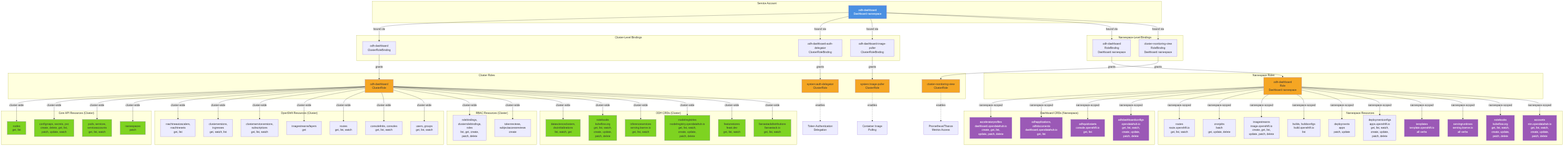
Above: architecture/rhoai-3.2/diagrams/odh-dashboard-rbac.png in rhuss/architecture-context (Mermaid), before the change. Its source is kept beside it as architecture/rhoai-3.2/diagrams/odh-dashboard-rbac.mmd. Its diagram source:
```mermaid
graph TD
    subgraph "Service Account"
        SA[odh-dashboard<br/>Dashboard namespace]
    end

    subgraph "Cluster-Level Bindings"
        CRB1[odh-dashboard<br/>ClusterRoleBinding]
        CRB2[odh-dashboard-auth-delegator<br/>ClusterRoleBinding]
        CRB3[odh-dashboard-image-puller<br/>ClusterRoleBinding]
    end

    subgraph "Namespace-Level Bindings"
        RB1[odh-dashboard<br/>RoleBinding<br/>Dashboard namespace]
        RB2[cluster-monitoring-view<br/>RoleBinding<br/>Dashboard namespace]
    end

    subgraph "Cluster Roles"
        CR[odh-dashboard<br/>ClusterRole]
        CR2[system:auth-delegator<br/>ClusterRole]
        CR3[system:image-puller<br/>ClusterRole]
        CR4[cluster-monitoring-view<br/>ClusterRole]
    end

    subgraph "Namespace Roles"
        NR[odh-dashboard<br/>Role<br/>Dashboard namespace]
    end

    SA -->|bound via| CRB1
    SA -->|bound via| CRB2
    SA -->|bound via| CRB3
    SA -->|bound via| RB1
    SA -->|bound via| RB2

    CRB1 -->|grants| CR
    CRB2 -->|grants| CR2
    CRB3 -->|grants| CR3
    RB1 -->|grants| NR
    RB2 -->|grants| CR4

    subgraph "Core API Resources (Cluster)"
        CoreNodes[nodes<br/>get, list]
        CoreCM[configmaps, secrets, pvc<br/>create, delete, get, list,<br/>patch, update, watch]
        CorePods[pods, services,<br/>serviceaccounts<br/>get, list, watch]
        CoreNS[namespaces<br/>patch]
    end

    subgraph "OpenShift Resources (Cluster)"
        OSMachine[machineautoscalers,<br/>machinesets<br/>get, list]
        OSConfig[clusterversions,<br/>ingresses<br/>get, watch, list]
        OSCSV[clusterserviceversions,<br/>subscriptions<br/>get, list, watch]
        OSImage[imagestreams/layers<br/>get]
        OSRoute[routes<br/>get, list, watch]
        OSConsole[consolelinks, consoles<br/>get, list, watch]
        OSUser[users, groups<br/>get, list, watch]
    end

    subgraph "RBAC Resources (Cluster)"
        RBACRes[rolebindings,<br/>clusterrolebindings,<br/>roles<br/>list, get, create,<br/>patch, delete]
        AuthRes[tokenreviews,<br/>subjectaccessreviews<br/>create]
    end

    subgraph "ODH CRDs (Cluster)"
        DSC[datascienceclusters,<br/>dscinitializations<br/>list, watch, get]
        Notebooks[notebooks<br/>kubeflow.org<br/>get, list, watch,<br/>create, update,<br/>patch, delete]
        InferSvc[inferenceservices<br/>serving.kserve.io<br/>get, list, watch]
        ModelReg[modelregistries<br/>modelregistry.opendatahub.io<br/>get, list, watch,<br/>create, update,<br/>patch, delete]
        FeastFS[featurestores<br/>feast.dev<br/>get, list, watch]
        LlamaStack[llamastackdistributions<br/>llamastack.io<br/>get, list, watch]
    end

    subgraph "Dashboard CRDs (Namespace)"
        AccelProf[acceleratorprofiles<br/>dashboard.opendatahub.io<br/>create, get, list,<br/>update, patch, delete]
        OdhApp[odhapplications,<br/>odhdocuments<br/>dashboard.opendatahub.io<br/>get, list]
        QuickStart[odhquickstarts<br/>console.openshift.io<br/>get, list]
        DashConfig[odhdashboardconfigs<br/>opendatahub.io<br/>get, list, watch,<br/>create, update,<br/>patch, delete]
    end

    subgraph "Namespace Resources"
        NSRoute[routes<br/>route.openshift.io<br/>get, list, watch]
        NSCron[cronjobs<br/>batch<br/>get, update, delete]
        NSImage[imagestreams<br/>image.openshift.io<br/>create, get, list,<br/>update, patch, delete]
        NSBuild[builds, buildconfigs<br/>build.openshift.io<br/>list]
        NSDeploy[deployments<br/>apps<br/>patch, update]
        NSDC[deploymentconfigs<br/>apps.openshift.io<br/>get, list, watch,<br/>create, update,<br/>patch, delete]
        NSTemplate[templates<br/>template.openshift.io<br/>all verbs]
        NSRuntime[servingruntimes<br/>serving.kserve.io<br/>all verbs]
        NSNotebook[notebooks<br/>kubeflow.org<br/>get, list, watch,<br/>create, update,<br/>patch, delete]
        NSNIM[accounts<br/>nim.opendatahub.io<br/>get, list, watch,<br/>create, update,<br/>patch, delete]
    end

    CR -->|cluster-wide| CoreNodes
    CR -->|cluster-wide| CoreCM
    CR -->|cluster-wide| CorePods
    CR -->|cluster-wide| CoreNS
    CR -->|cluster-wide| OSMachine
    CR -->|cluster-wide| OSConfig
    CR -->|cluster-wide| OSCSV
    CR -->|cluster-wide| OSImage
    CR -->|cluster-wide| OSRoute
    CR -->|cluster-wide| OSConsole
    CR -->|cluster-wide| OSUser
    CR -->|cluster-wide| RBACRes
    CR -->|cluster-wide| AuthRes
    CR -->|cluster-wide| DSC
    CR -->|cluster-wide| Notebooks
    CR -->|cluster-wide| InferSvc
    CR -->|cluster-wide| ModelReg
    CR -->|cluster-wide| FeastFS
    CR -->|cluster-wide| LlamaStack

    NR -->|namespace-scoped| AccelProf
    NR -->|namespace-scoped| OdhApp
    NR -->|namespace-scoped| QuickStart
    NR -->|namespace-scoped| DashConfig
    NR -->|namespace-scoped| NSRoute
    NR -->|namespace-scoped| NSCron
    NR -->|namespace-scoped| NSImage
    NR -->|namespace-scoped| NSBuild
    NR -->|namespace-scoped| NSDeploy
    NR -->|namespace-scoped| NSDC
    NR -->|namespace-scoped| NSTemplate
    NR -->|namespace-scoped| NSRuntime
    NR -->|namespace-scoped| NSNotebook
    NR -->|namespace-scoped| NSNIM

    CR2 -.->|enables| AuthDelegation[Token Authentication<br/>Delegation]
    CR3 -.->|enables| ImagePull[Container Image<br/>Pulling]
    CR4 -.->|enables| Monitoring[Prometheus/Thanos<br/>Metrics Access]

    style SA fill:#4a90e2,color:#fff
    style CR fill:#f5a623
    style CR2 fill:#f5a623
    style CR3 fill:#f5a623
    style CR4 fill:#f5a623
    style NR fill:#f5a623

    style CoreNodes fill:#7ed321
    style CoreCM fill:#7ed321
    style CorePods fill:#7ed321
    style CoreNS fill:#7ed321
    style DSC fill:#7ed321
    style Notebooks fill:#7ed321
    style InferSvc fill:#7ed321
    style ModelReg fill:#7ed321
    style FeastFS fill:#7ed321
    style LlamaStack fill:#7ed321

    style AccelProf fill:#9b59b6,color:#fff
    style OdhApp fill:#9b59b6,color:#fff
    style QuickStart fill:#9b59b6,color:#fff
    style DashConfig fill:#9b59b6,color:#fff
    style NSTemplate fill:#9b59b6,color:#fff
    style NSRuntime fill:#9b59b6,color:#fff
    style NSNotebook fill:#9b59b6,color:#fff
    style NSNIM fill:#9b59b6,color:#fff
```
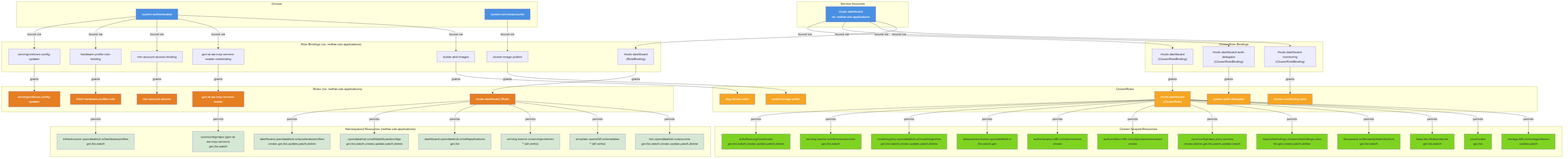
After the commit.

The edit, as a diff of the source:
```diff
@@ -1,155 +1,149 @@
+
 graph TD
-    subgraph "Service Account"
-        SA[odh-dashboard<br/>Dashboard namespace]
+    subgraph ServiceAccounts["Service Accounts"]
+        SA["rhods-dashboard<br/>ns: redhat-ods-applications"]
     end
 
-    subgraph "Cluster-Level Bindings"
-        CRB1[odh-dashboard<br/>ClusterRoleBinding]
-        CRB2[odh-dashboard-auth-delegator<br/>ClusterRoleBinding]
-        CRB3[odh-dashboard-image-puller<br/>ClusterRoleBinding]
+    subgraph AuthGroups["Groups"]
+        AuthGroup["system:authenticated"]
+        SAPullers["system:serviceaccounts"]
     end
 
-    subgraph "Namespace-Level Bindings"
-        RB1[odh-dashboard<br/>RoleBinding<br/>Dashboard namespace]
-        RB2[cluster-monitoring-view<br/>RoleBinding<br/>Dashboard namespace]
+    subgraph ClusterRoleBindings["ClusterRole Bindings"]
+        CRB1["rhods-dashboard<br/>(ClusterRoleBinding)"]
+        CRB2["rhods-dashboard-auth-delegator<br/>(ClusterRoleBinding)"]
+        CRB3["rhods-dashboard-monitoring<br/>(ClusterRoleBinding)"]
     end
 
-    subgraph "Cluster Roles"
-        CR[odh-dashboard<br/>ClusterRole]
-        CR2[system:auth-delegator<br/>ClusterRole]
-        CR3[system:image-puller<br/>ClusterRole]
-        CR4[cluster-monitoring-view<br/>ClusterRole]
+    subgraph RoleBindings["Role Bindings (ns: redhat-ods-applications)"]
+        RB1["rhods-dashboard<br/>(RoleBinding)"]
+        RB2["servingruntimes-config-updater"]
+        RB3["hardware-profile-role-binding"]
+        RB4["nim-account-access-binding"]
+        RB5["gen-ai-aa-mcp-servers-reader-rolebinding"]
+        RB6["builds-and-images"]
+        RB7["cluster-image-pullers"]
     end
 
-    subgraph "Namespace Roles"
-        NR[odh-dashboard<br/>Role<br/>Dashboard namespace]
+    subgraph ClusterRoles["ClusterRoles"]
+        CR1["rhods-dashboard<br/>(ClusterRole)"]
+        CR2["system:auth-delegator"]
+        CR3["cluster-monitoring-view"]
+        CR4["dsg-cluster-roles"]
+        CR5["system:image-puller"]
     end
 
-    SA -->|bound via| CRB1
-    SA -->|bound via| CRB2
-    SA -->|bound via| CRB3
-    SA -->|bound via| RB1
-    SA -->|bound via| RB2
-
-    CRB1 -->|grants| CR
-    CRB2 -->|grants| CR2
-    CRB3 -->|grants| CR3
-    RB1 -->|grants| NR
-    RB2 -->|grants| CR4
-
-    subgraph "Core API Resources (Cluster)"
-        CoreNodes[nodes<br/>get, list]
-        CoreCM[configmaps, secrets, pvc<br/>create, delete, get, list,<br/>patch, update, watch]
-        CorePods[pods, services,<br/>serviceaccounts<br/>get, list, watch]
-        CoreNS[namespaces<br/>patch]
+    subgraph Roles["Roles (ns: redhat-ods-applications)"]
+        R1["rhods-dashboard (Role)"]
+        R2["servingruntimes-config-updater"]
+        R3["fetch-hardware-profiles-role"]
+        R4["nim-account-access"]
+        R5["gen-ai-aa-mcp-servers-reader"]
     end
 
-    subgraph "OpenShift Resources (Cluster)"
-        OSMachine[machineautoscalers,<br/>machinesets<br/>get, list]
-        OSConfig[clusterversions,<br/>ingresses<br/>get, watch, list]
-        OSCSV[clusterserviceversions,<br/>subscriptions<br/>get, list, watch]
-        OSImage[imagestreams/layers<br/>get]
-        OSRoute[routes<br/>get, list, watch]
-        OSConsole[consolelinks, consoles<br/>get, list, watch]
-        OSUser[users, groups<br/>get, list, watch]
+    subgraph ClusterResources["Cluster-Scoped Resources"]
+        Notebooks1["kubeflow.org/notebooks<br/>get,list,watch,create,update,patch,delete"]
+        InferSvc["serving.kserve.io/inferenceservices<br/>get,list,watch"]
+        ModelRegs["modelregistry.opendatahub.io/modelregistries<br/>get,list,watch,create,update,patch,delete"]
+        DSClusters["datasciencecluster.opendatahub.io<br/>list,watch,get"]
+        TokenReviews["authentication.k8s.io/tokenreviews<br/>create"]
+        SAR["authorization.k8s.io/subjectaccessreviews<br/>create"]
+        Secrets["core/configmaps,pvcs,secrets<br/>create,delete,get,list,patch,update,watch"]
+        RBACRes["rbac/rolebindings,clusterrolebindings,roles<br/>list,get,create,patch,delete"]
+        LlamaRes["llamastack.io/llamastackdistributions<br/>get,list,watch"]
+        FeastRes["feast.dev/featurestores<br/>get,list,watch"]
+        Nodes["core/nodes<br/>get,list"]
+        StorageClass["storage.k8s.io/storageclasses<br/>update,patch"]
     end
 
-    subgraph "RBAC Resources (Cluster)"
-        RBACRes[rolebindings,<br/>clusterrolebindings,<br/>roles<br/>list, get, create,<br/>patch, delete]
-        AuthRes[tokenreviews,<br/>subjectaccessreviews<br/>create]
+    subgraph NamespacedResources["Namespaced Resources (redhat-ods-applications)"]
+        AccelProfiles["dashboard.opendatahub.io/acceleratorprofiles<br/>create,get,list,update,patch,delete"]
+        DashConfig["opendatahub.io/odhdashboardconfigs<br/>get,list,watch,create,update,patch,delete"]
+        OdhApps["dashboard.opendatahub.io/odhapplications<br/>get,list"]
+        ServRuntimes["serving.kserve.io/servingruntimes<br/>* (all verbs)"]
+        Templates["template.openshift.io/templates<br/>* (all verbs)"]
+        NIMAccounts["nim.opendatahub.io/accounts<br/>get,list,watch,create,update,patch,delete"]
+        HWProfiles["infrastructure.opendatahub.io/hardwareprofiles<br/>get,list,watch"]
+        MCPServers["core/configmaps (gen-ai-aa-mcp-servers)<br/>get,list,watch"]
     end
 
-    subgraph "ODH CRDs (Cluster)"
-        DSC[datascienceclusters,<br/>dscinitializations<br/>list, watch, get]
-        Notebooks[notebooks<br/>kubeflow.org<br/>get, list, watch,<br/>create, update,<br/>patch, delete]
-        InferSvc[inferenceservices<br/>serving.kserve.io<br/>get, list, watch]
-        ModelReg[modelregistries<br/>modelregistry.opendatahub.io<br/>get, list, watch,<br/>create, update,<br/>patch, delete]
-        FeastFS[featurestores<br/>feast.dev<br/>get, list, watch]
-        LlamaStack[llamastackdistributions<br/>llamastack.io<br/>get, list, watch]
-    end
+    SA -->|"bound via"| CRB1
+    SA -->|"bound via"| CRB2
+    SA -->|"bound via"| CRB3
+    SA -->|"bound via"| RB1
 
-    subgraph "Dashboard CRDs (Namespace)"
-        AccelProf[acceleratorprofiles<br/>dashboard.opendatahub.io<br/>create, get, list,<br/>update, patch, delete]
-        OdhApp[odhapplications,<br/>odhdocuments<br/>dashboard.opendatahub.io<br/>get, list]
-        QuickStart[odhquickstarts<br/>console.openshift.io<br/>get, list]
-        DashConfig[odhdashboardconfigs<br/>opendatahub.io<br/>get, list, watch,<br/>create, update,<br/>patch, delete]
-    end
+    AuthGroup -->|"bound via"| RB2
+    AuthGroup -->|"bound via"| RB3
+    AuthGroup -->|"bound via"| RB4
+    AuthGroup -->|"bound via"| RB5
+    AuthGroup -->|"bound via"| RB6
+    SAPullers -->|"bound via"| RB7
 
-    subgraph "Namespace Resources"
-        NSRoute[routes<br/>route.openshift.io<br/>get, list, watch]
-        NSCron[cronjobs<br/>batch<br/>get, update, delete]
-        NSImage[imagestreams<br/>image.openshift.io<br/>create, get, list,<br/>update, patch, delete]
-        NSBuild[builds, buildconfigs<br/>build.openshift.io<br/>list]
-        NSDeploy[deployments<br/>apps<br/>patch, update]
-        NSDC[deploymentconfigs<br/>apps.openshift.io<br/>get, list, watch,<br/>create, update,<br/>patch, delete]
-        NSTemplate[templates<br/>template.openshift.io<br/>all verbs]
-        NSRuntime[servingruntimes<br/>serving.kserve.io<br/>all verbs]
-        NSNotebook[notebooks<br/>kubeflow.org<br/>get, list, watch,<br/>create, update,<br/>patch, delete]
-        NSNIM[accounts<br/>nim.opendatahub.io<br/>get, list, watch,<br/>create, update,<br/>patch, delete]
-    end
+    CRB1 -->|"grants"| CR1
+    CRB2 -->|"grants"| CR2
+    CRB3 -->|"grants"| CR3
 
-    CR -->|cluster-wide| CoreNodes
-    CR -->|cluster-wide| CoreCM
-    CR -->|cluster-wide| CorePods
-    CR -->|cluster-wide| CoreNS
-    CR -->|cluster-wide| OSMachine
-    CR -->|cluster-wide| OSConfig
-    CR -->|cluster-wide| OSCSV
-    CR -->|cluster-wide| OSImage
-    CR -->|cluster-wide| OSRoute
-    CR -->|cluster-wide| OSConsole
-    CR -->|cluster-wide| OSUser
-    CR -->|cluster-wide| RBACRes
-    CR -->|cluster-wide| AuthRes
-    CR -->|cluster-wide| DSC
-    CR -->|cluster-wide| Notebooks
-    CR -->|cluster-wide| InferSvc
-    CR -->|cluster-wide| ModelReg
-    CR -->|cluster-wide| FeastFS
-    CR -->|cluster-wide| LlamaStack
+    RB1 -->|"grants"| R1
+    RB2 -->|"grants"| R2
+    RB3 -->|"grants"| R3
+    RB4 -->|"grants"| R4
+    RB5 -->|"grants"| R5
+    RB6 -->|"grants"| CR4
+    RB7 -->|"grants"| CR5
 
-    NR -->|namespace-scoped| AccelProf
-    NR -->|namespace-scoped| OdhApp
-    NR -->|namespace-scoped| QuickStart
-    NR -->|namespace-scoped| DashConfig
-    NR -->|namespace-scoped| NSRoute
-    NR -->|namespace-scoped| NSCron
-    NR -->|namespace-scoped| NSImage
-    NR -->|namespace-scoped| NSBuild
-    NR -->|namespace-scoped| NSDeploy
-    NR -->|namespace-scoped| NSDC
-    NR -->|namespace-scoped| NSTemplate
-    NR -->|namespace-scoped| NSRuntime
-    NR -->|namespace-scoped| NSNotebook
-    NR -->|namespace-scoped| NSNIM
+    CR1 -->|"permits"| Notebooks1
+    CR1 -->|"permits"| InferSvc
+    CR1 -->|"permits"| ModelRegs
+    CR1 -->|"permits"| DSClusters
+    CR1 -->|"permits"| TokenReviews
+    CR1 -->|"permits"| SAR
+    CR1 -->|"permits"| Secrets
+    CR1 -->|"permits"| RBACRes
+    CR1 -->|"permits"| LlamaRes
+    CR1 -->|"permits"| FeastRes
+    CR1 -->|"permits"| Nodes
+    CR1 -->|"permits"| StorageClass
 
-    CR2 -.->|enables| AuthDelegation[Token Authentication<br/>Delegation]
-    CR3 -.->|enables| ImagePull[Container Image<br/>Pulling]
-    CR4 -.->|enables| Monitoring[Prometheus/Thanos<br/>Metrics Access]
+    R1 -->|"permits"| AccelProfiles
+    R1 -->|"permits"| DashConfig
+    R1 -->|"permits"| OdhApps
+    R1 -->|"permits"| ServRuntimes
+    R1 -->|"permits"| Templates
+    R1 -->|"permits"| NIMAccounts
+
+    R3 -->|"permits"| HWProfiles
+    R5 -->|"permits"| MCPServers
 
     style SA fill:#4a90e2,color:#fff
-    style CR fill:#f5a623
-    style CR2 fill:#f5a623
-    style CR3 fill:#f5a623
-    style CR4 fill:#f5a623
-    style NR fill:#f5a623
-
-    style CoreNodes fill:#7ed321
-    style CoreCM fill:#7ed321
-    style CorePods fill:#7ed321
-    style CoreNS fill:#7ed321
-    style DSC fill:#7ed321
-    style Notebooks fill:#7ed321
+    style AuthGroup fill:#4a90e2,color:#fff
+    style SAPullers fill:#4a90e2,color:#fff
+    style CR1 fill:#f5a623,color:#fff
+    style CR2 fill:#f5a623,color:#fff
+    style CR3 fill:#f5a623,color:#fff
+    style CR4 fill:#f5a623,color:#fff
+    style CR5 fill:#f5a623,color:#fff
+    style R1 fill:#e67e22,color:#fff
+    style R2 fill:#e67e22,color:#fff
+    style R3 fill:#e67e22,color:#fff
+    style R4 fill:#e67e22,color:#fff
+    style R5 fill:#e67e22,color:#fff
+    style Notebooks1 fill:#7ed321
     style InferSvc fill:#7ed321
-    style ModelReg fill:#7ed321
-    style FeastFS fill:#7ed321
-    style LlamaStack fill:#7ed321
-
-    style AccelProf fill:#9b59b6,color:#fff
-    style OdhApp fill:#9b59b6,color:#fff
-    style QuickStart fill:#9b59b6,color:#fff
-    style DashConfig fill:#9b59b6,color:#fff
-    style NSTemplate fill:#9b59b6,color:#fff
-    style NSRuntime fill:#9b59b6,color:#fff
-    style NSNotebook fill:#9b59b6,color:#fff
-    style NSNIM fill:#9b59b6,color:#fff
+    style ModelRegs fill:#7ed321
+    style DSClusters fill:#7ed321
+    style TokenReviews fill:#7ed321
+    style SAR fill:#7ed321
+    style Secrets fill:#7ed321
+    style RBACRes fill:#7ed321
+    style LlamaRes fill:#7ed321
+    style FeastRes fill:#7ed321
+    style Nodes fill:#7ed321
+    style StorageClass fill:#7ed321
+    style AccelProfiles fill:#d5e8d4
+    style DashConfig fill:#d5e8d4
+    style OdhApps fill:#d5e8d4
+    style ServRuntimes fill:#d5e8d4
+    style Templates fill:#d5e8d4
+    style NIMAccounts fill:#d5e8d4
+    style HWProfiles fill:#d5e8d4
+    style MCPServers fill:#d5e8d4
```
